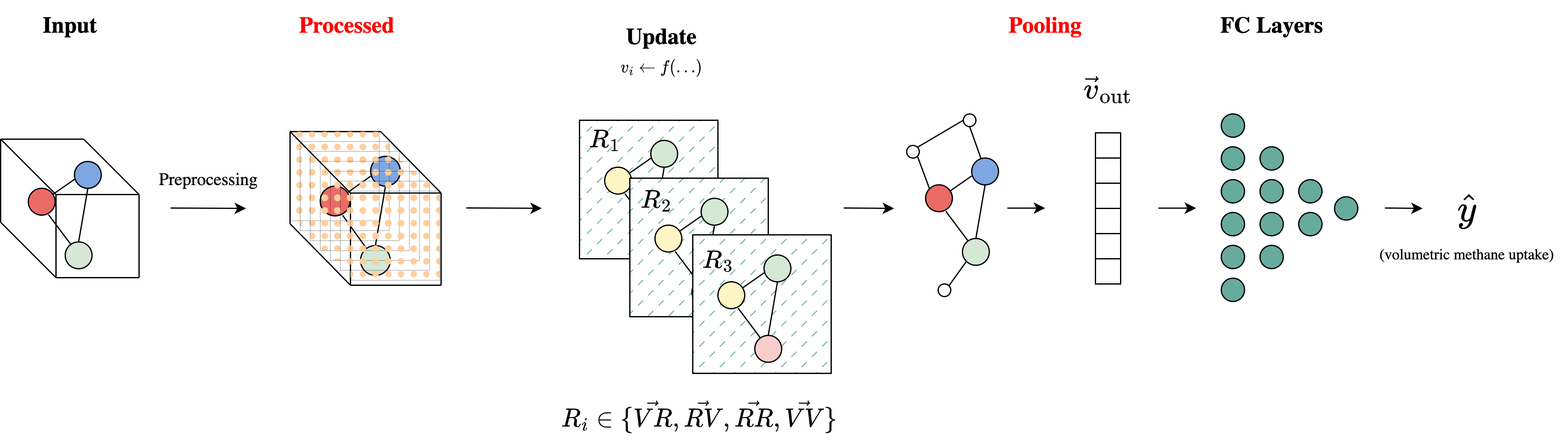
Before: mdl-vn-pipeline.drawio.png, a diagram exported from draw.io (sidnb13/pura-award-s2023). Source tidied: cells renumbered, new cells last; positions are measured from the earlier drawing's top-left corner, leaving out a move shared by most shapes.
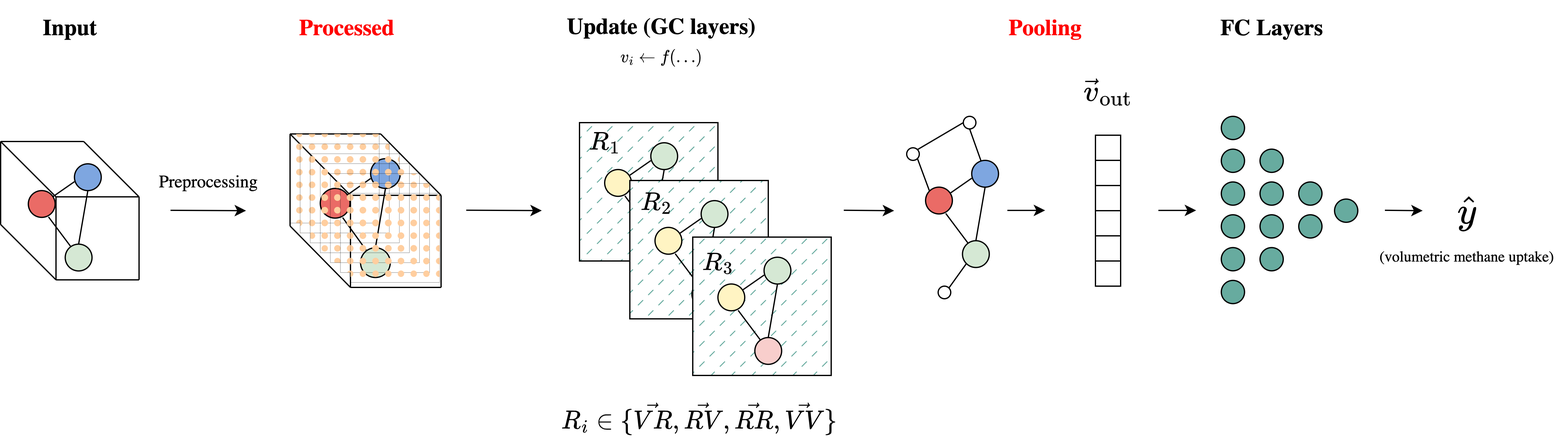
After the commit.

Diff of the diagram source:
```diff
@@ -362,8 +362,8 @@
     <mxCell id="99" value="&lt;font face=&quot;Garamond&quot; style=&quot;font-size: 18px;&quot;&gt;&lt;b&gt;Processed&lt;/b&gt;&lt;/font&gt;" style="text;html=1;align=center;verticalAlign=middle;strokeColor=none;fillColor=none;fontSize=18;fontColor=#FF0000;" parent="1" vertex="1">
       <mxGeometry x="225" width="100" height="40" as="geometry" />
     </mxCell>
-    <mxCell id="100" value="&lt;div style=&quot;&quot;&gt;&lt;b style=&quot;font-family: Garamond; background-color: initial;&quot;&gt;Update&lt;/b&gt;&lt;/div&gt;&lt;div style=&quot;&quot;&gt;&lt;b style=&quot;font-family: Garamond; background-color: initial;&quot;&gt;&lt;font style=&quot;font-size: 13px;&quot;&gt;$$v_i\leftarrow f(\ldots)$$&lt;/font&gt;&lt;/b&gt;&lt;/div&gt;" style="text;html=1;align=center;verticalAlign=middle;strokeColor=none;fillColor=none;fontSize=18;" parent="1" vertex="1">
-      <mxGeometry x="440" y="10" width="170" height="60" as="geometry" />
+    <mxCell id="100" value="&lt;div style=&quot;&quot;&gt;&lt;b style=&quot;font-family: Garamond; background-color: initial;&quot;&gt;Update (GC layers)&lt;/b&gt;&lt;/div&gt;&lt;div style=&quot;&quot;&gt;&lt;b style=&quot;font-family: Garamond; background-color: initial;&quot;&gt;&lt;font style=&quot;font-size: 13px;&quot;&gt;$$v_i\leftarrow f(\ldots)$$&lt;/font&gt;&lt;/b&gt;&lt;/div&gt;" style="text;html=1;align=center;verticalAlign=middle;strokeColor=none;fillColor=none;fontSize=18;" parent="1" vertex="1">
+      <mxGeometry x="440" width="170" height="60" as="geometry" />
     </mxCell>
     <mxCell id="101" value="&lt;div style=&quot;&quot;&gt;&lt;b style=&quot;font-family: Garamond; background-color: initial;&quot;&gt;Pooling&lt;/b&gt;&lt;/div&gt;" style="text;html=1;align=center;verticalAlign=middle;strokeColor=none;fillColor=none;fontSize=18;fontColor=#FF0000;" parent="1" vertex="1">
       <mxGeometry x="790" width="80" height="40" as="geometry" />
```
